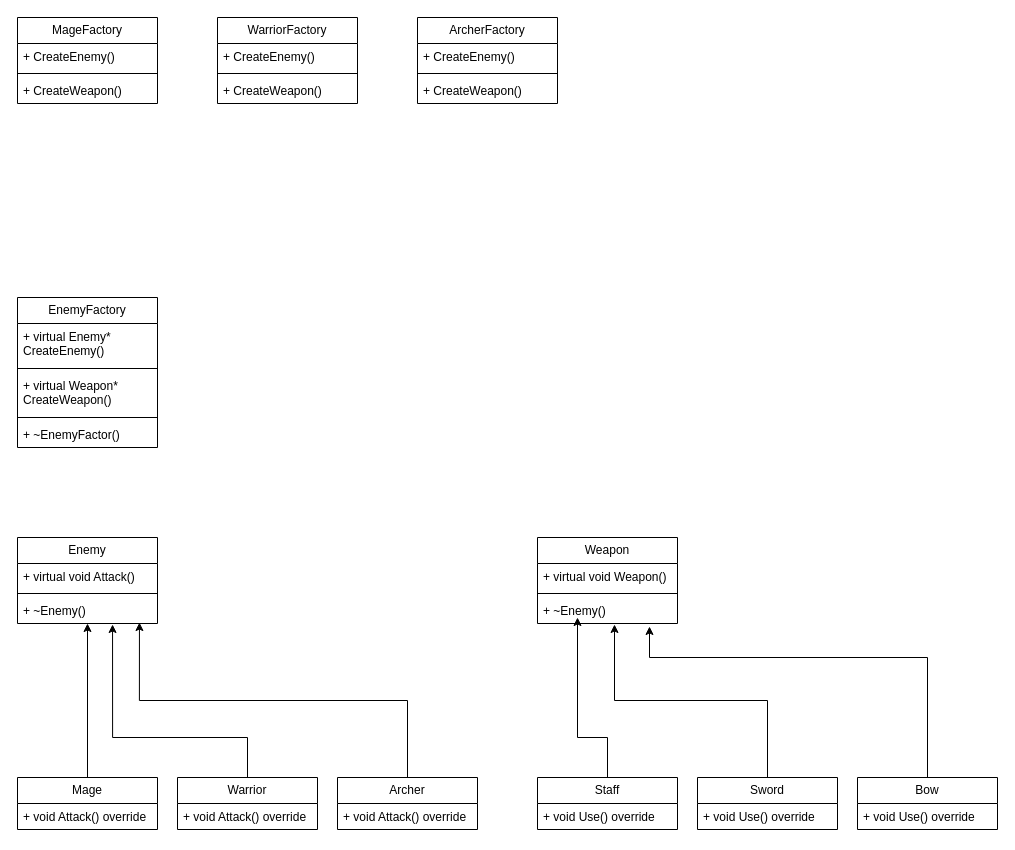
Before: AbstractFactory/Abstract Factory UML.drawio in vsavchenko2408/Patterns, a draw.io diagram. Source tidied: cells renumbered, new cells numbered last; positions are measured from the earlier drawing's top-left corner, leaving out a move shared by most shapes. Both pictures are drawn from the tidied source at 100%, with x=0, y=0 at pixel (17, 17).
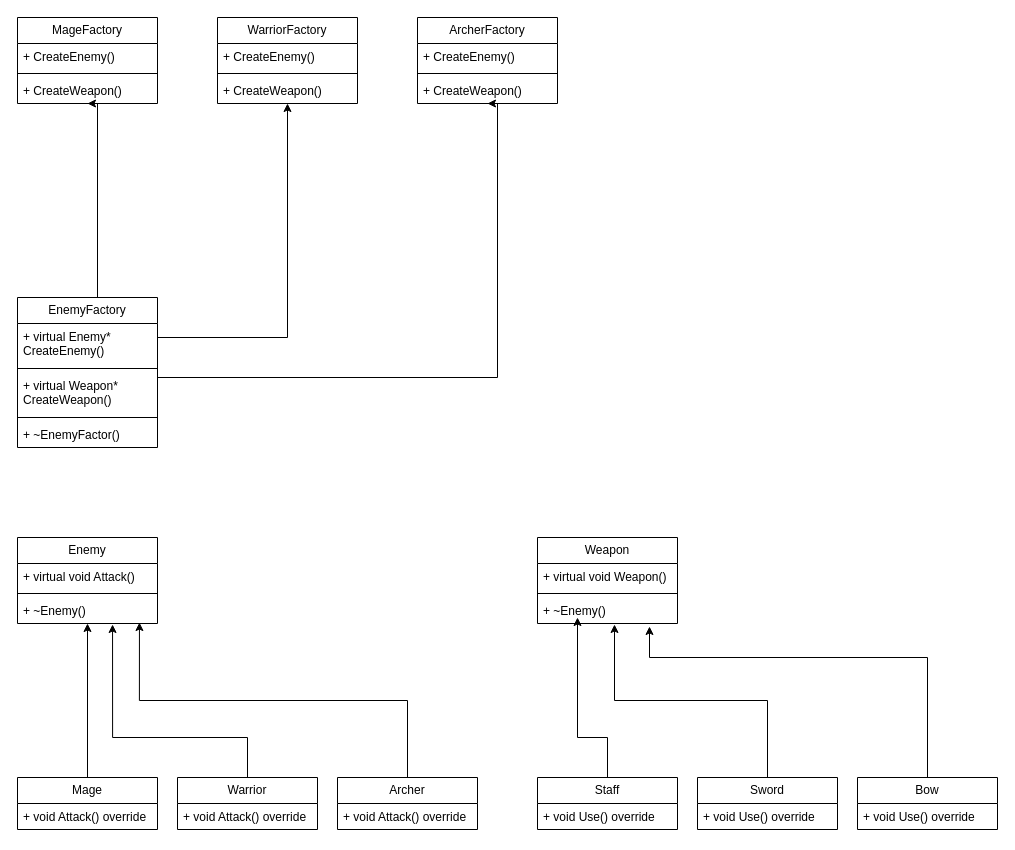
The same diagram, later.

Commit message (it also covers changes not shown here):
add AbstractFactory UML backup to gitignore

Unchanged cells that the change refers to:
```xml
<mxCell id="24" value="EnemyFactory" style="swimlane;fontStyle=0;horizontal=1;startSize=26;fillColor=none;whiteSpace=wrap;html=1;" parent="1" vertex="1">
  <mxGeometry y="280" width="140" height="150" as="geometry" />
</mxCell>
<mxCell id="34" value="MageFactory" style="swimlane;fontStyle=0;horizontal=1;startSize=26;fillColor=none;whiteSpace=wrap;html=1;" parent="1" vertex="1">
  <mxGeometry width="140" height="86" as="geometry" />
</mxCell>
<mxCell id="38" value="WarriorFactory" style="swimlane;fontStyle=0;horizontal=1;startSize=26;fillColor=none;whiteSpace=wrap;html=1;" parent="1" vertex="1">
  <mxGeometry x="200" width="140" height="86" as="geometry" />
</mxCell>
<mxCell id="42" value="ArcherFactory" style="swimlane;fontStyle=0;horizontal=1;startSize=26;fillColor=none;whiteSpace=wrap;html=1;" parent="1" vertex="1">
  <mxGeometry x="400" width="140" height="86" as="geometry" />
</mxCell>
```

Diff of the diagram source:
```diff
@@
+    <mxCell id="46" style="edgeStyle=orthogonalEdgeStyle;rounded=0;jettySize=auto;html=1;entryX=0.5;entryY=1;entryDx=0;entryDy=0;" parent="1" edge="1" source="24" target="34">
+      <mxGeometry relative="1" as="geometry">
+        <Array as="points">
+          <mxPoint x="80" y="86" />
+        </Array>
+      </mxGeometry>
+    </mxCell>
+    <mxCell id="47" style="edgeStyle=orthogonalEdgeStyle;rounded=0;jettySize=auto;html=1;entryX=0.5;entryY=1;entryDx=0;entryDy=0;" parent="1" edge="1" source="24" target="38">
+      <mxGeometry relative="1" as="geometry">
+        <Array as="points">
+          <mxPoint x="270" y="320" />
+        </Array>
+      </mxGeometry>
+    </mxCell>
+    <mxCell id="48" style="edgeStyle=orthogonalEdgeStyle;rounded=0;jettySize=auto;html=1;entryX=0.5;entryY=1;entryDx=0;entryDy=0;" parent="1" edge="1" source="24" target="42">
+      <mxGeometry relative="1" as="geometry">
+        <Array as="points">
+          <mxPoint x="480" y="360" />
+          <mxPoint x="480" y="86" />
+        </Array>
+      </mxGeometry>
+    </mxCell>
```
